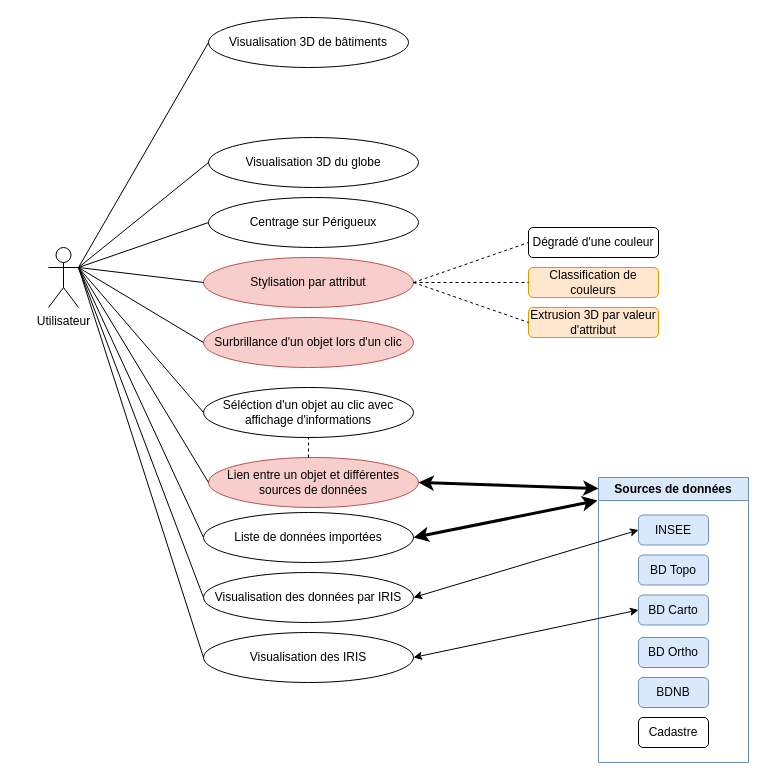
This is Use_case.drawio from EnzoVenon/Gemini_numeriques, a draw.io file, before an edit. Source tidied: cells renumbered, new cells numbered last; positions are measured from the earlier drawing's top-left corner, leaving out a move shared by most shapes. Both pictures are drawn from the tidied source at 100%, with x=0, y=0 at pixel (48, 17).
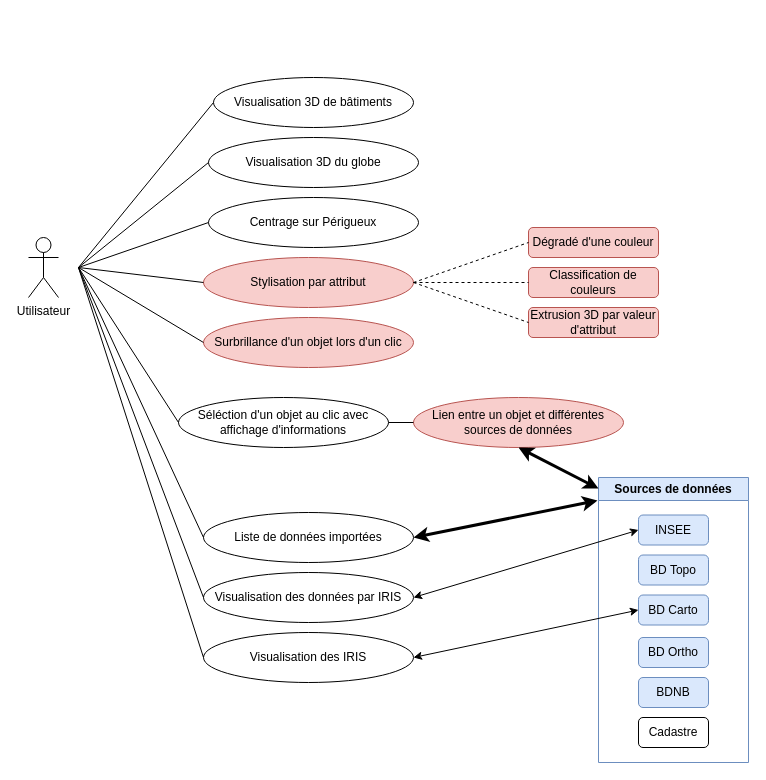
After the change.

Commit message:
mise en page

The change refers to these unchanged cells:
```xml
<mxCell id="5" value="Visualisation 3D du globe" style="ellipse;whiteSpace=wrap;html=1;" parent="1" vertex="1">
  <mxGeometry x="160" y="120" width="210" height="50" as="geometry" />
</mxCell>
<mxCell id="6" value="Centrage sur Périgueux" style="ellipse;whiteSpace=wrap;html=1;" parent="1" vertex="1">
  <mxGeometry x="160" y="180" width="210" height="50" as="geometry" />
</mxCell>
<mxCell id="7" value="Liste de données importées " style="ellipse;whiteSpace=wrap;html=1;" parent="1" vertex="1">
  <mxGeometry x="155" y="495" width="210" height="50" as="geometry" />
</mxCell>
<mxCell id="13" value="Visualisation des données par IRIS" style="ellipse;whiteSpace=wrap;html=1;" parent="1" vertex="1">
  <mxGeometry x="155" y="555" width="210" height="50" as="geometry" />
</mxCell>
<mxCell id="15" value="Visualisation des IRIS" style="ellipse;whiteSpace=wrap;html=1;" parent="1" vertex="1">
  <mxGeometry x="155" y="615" width="210" height="50" as="geometry" />
</mxCell>
<mxCell id="16" value="Stylisation par attribut " style="ellipse;whiteSpace=wrap;html=1;fillColor=#f8cecc;strokeColor=#b85450;" parent="1" vertex="1">
  <mxGeometry x="155" y="240" width="210" height="50" as="geometry" />
</mxCell>
<mxCell id="17" value="Sources de données" style="swimlane;whiteSpace=wrap;html=1;fillColor=#dae8fc;strokeColor=#6c8ebf;" parent="1" vertex="1">
  <mxGeometry x="550" y="460" width="150" height="285" as="geometry" />
</mxCell>
<mxCell id="33" value="Surbrillance d'un objet lors d'un clic" style="ellipse;whiteSpace=wrap;html=1;fillColor=#f8cecc;strokeColor=#b85450;" parent="1" vertex="1">
  <mxGeometry x="155" y="300" width="210" height="50" as="geometry" />
</mxCell>
```

Diff of the diagram source:
```diff
@@
-    <mxCell id="2" value="Utilisateur" style="shape=umlActor;verticalLabelPosition=bottom;verticalAlign=top;html=1;outlineConnect=0;" parent="1" vertex="1">
-      <mxGeometry y="230" width="30" height="60" as="geometry" />
-    </mxCell>
     <mxCell id="3" value="Visualisation 3D de bâtiments" style="ellipse;whiteSpace=wrap;html=1;" parent="1" vertex="1">
-      <mxGeometry x="160" width="200" height="50" as="geometry" />
+      <mxGeometry x="165" y="60" width="200" height="50" as="geometry" />
     </mxCell>
     <mxCell id="4" value="Séléction d'un objet au clic avec affichage d'informations" style="ellipse;whiteSpace=wrap;html=1;" parent="1" vertex="1">
-      <mxGeometry x="155" y="370" width="210" height="50" as="geometry" />
+      <mxGeometry x="130" y="380" width="210" height="50" as="geometry" />
     </mxCell>
@@
-    <mxCell id="8" style="endArrow=none;html=1;rounded=0;entryX=0;entryY=0.5;entryDx=0;entryDy=0;exitX=1;exitY=0.3333333333333333;exitDx=0;exitDy=0;exitPerimeter=0;" parent="1" edge="1" source="2" target="3">
-      <mxGeometry relative="1" as="geometry" />
+    <mxCell id="8" style="endArrow=none;html=1;rounded=0;entryX=0;entryY=0.5;entryDx=0;entryDy=0;exitX=1;exitY=0.3333333333333333;exitDx=0;exitDy=0;exitPerimeter=0;" parent="1" edge="1" target="3">
+      <mxGeometry relative="1" as="geometry">
+        <mxPoint x="30" y="250" as="sourcePoint" />
+      </mxGeometry>
     </mxCell>
-    <mxCell id="9" style="endArrow=none;html=1;rounded=0;entryX=0;entryY=0.5;entryDx=0;entryDy=0;exitX=1;exitY=0.3333333333333333;exitDx=0;exitDy=0;exitPerimeter=0;" parent="1" edge="1" source="2" target="4">
-      <mxGeometry relative="1" as="geometry" />
+    <mxCell id="9" style="endArrow=none;html=1;rounded=0;entryX=0;entryY=0.5;entryDx=0;entryDy=0;exitX=1;exitY=0.3333333333333333;exitDx=0;exitDy=0;exitPerimeter=0;" parent="1" edge="1" target="4">
+      <mxGeometry relative="1" as="geometry">
+        <mxPoint x="30" y="250" as="sourcePoint" />
+      </mxGeometry>
     </mxCell>
-    <mxCell id="10" style="endArrow=none;html=1;rounded=0;entryX=0;entryY=0.5;entryDx=0;entryDy=0;exitX=1;exitY=0.3333333333333333;exitDx=0;exitDy=0;exitPerimeter=0;" parent="1" edge="1" source="2" target="5">
-      <mxGeometry relative="1" as="geometry" />
+    <mxCell id="10" style="endArrow=none;html=1;rounded=0;entryX=0;entryY=0.5;entryDx=0;entryDy=0;exitX=1;exitY=0.3333333333333333;exitDx=0;exitDy=0;exitPerimeter=0;" parent="1" edge="1" target="5">
+      <mxGeometry relative="1" as="geometry">
+        <mxPoint x="30" y="250" as="sourcePoint" />
+      </mxGeometry>
     </mxCell>
-    <mxCell id="11" style="endArrow=none;html=1;rounded=0;entryX=0;entryY=0.5;entryDx=0;entryDy=0;exitX=1;exitY=0.3333333333333333;exitDx=0;exitDy=0;exitPerimeter=0;" parent="1" edge="1" source="2" target="6">
-      <mxGeometry relative="1" as="geometry" />
+    <mxCell id="11" style="endArrow=none;html=1;rounded=0;entryX=0;entryY=0.5;entryDx=0;entryDy=0;exitX=1;exitY=0.3333333333333333;exitDx=0;exitDy=0;exitPerimeter=0;" parent="1" edge="1" target="6">
+      <mxGeometry relative="1" as="geometry">
+        <mxPoint x="30" y="250" as="sourcePoint" />
+      </mxGeometry>
     </mxCell>
-    <mxCell id="12" style="endArrow=none;html=1;rounded=0;entryX=0;entryY=0.5;entryDx=0;entryDy=0;exitX=1;exitY=0.3333333333333333;exitDx=0;exitDy=0;exitPerimeter=0;" parent="1" edge="1" source="2" target="7">
-      <mxGeometry relative="1" as="geometry" />
+    <mxCell id="12" style="endArrow=none;html=1;rounded=0;entryX=0;entryY=0.5;entryDx=0;entryDy=0;exitX=1;exitY=0.3333333333333333;exitDx=0;exitDy=0;exitPerimeter=0;" parent="1" edge="1" target="7">
+      <mxGeometry relative="1" as="geometry">
+        <mxPoint x="30" y="250" as="sourcePoint" />
+      </mxGeometry>
     </mxCell>
@@
-    <mxCell id="14" style="endArrow=none;html=1;rounded=0;entryX=0;entryY=0.5;entryDx=0;entryDy=0;exitX=1;exitY=0.3333333333333333;exitDx=0;exitDy=0;exitPerimeter=0;" parent="1" edge="1" source="2" target="13">
-      <mxGeometry relative="1" as="geometry" />
+    <mxCell id="14" style="endArrow=none;html=1;rounded=0;entryX=0;entryY=0.5;entryDx=0;entryDy=0;exitX=1;exitY=0.3333333333333333;exitDx=0;exitDy=0;exitPerimeter=0;" parent="1" edge="1" target="13">
+      <mxGeometry relative="1" as="geometry">
+        <mxPoint x="30" y="250" as="sourcePoint" />
+      </mxGeometry>
     </mxCell>
@@
-    <mxCell id="25" value="Dégradé d'une couleur" style="rounded=1;whiteSpace=wrap;html=1;" parent="1" vertex="1">
+    <mxCell id="25" value="Dégradé d'une couleur" style="rounded=1;whiteSpace=wrap;html=1;fillColor=#f8cecc;strokeColor=#b85450;" parent="1" vertex="1">
       <mxGeometry x="480" y="210" width="130" height="30" as="geometry" />
     </mxCell>
-    <mxCell id="26" value="Classification de couleurs" style="rounded=1;whiteSpace=wrap;html=1;fillColor=#ffe6cc;strokeColor=#d79b00;" parent="1" vertex="1">
+    <mxCell id="26" value="Classification de couleurs" style="rounded=1;whiteSpace=wrap;html=1;fillColor=#f8cecc;strokeColor=#b85450;" parent="1" vertex="1">
       <mxGeometry x="480" y="250" width="130" height="30" as="geometry" />
     </mxCell>
@@
-    <mxCell id="29" value="Extrusion 3D par valeur d'attribut " style="rounded=1;whiteSpace=wrap;html=1;fillColor=#ffe6cc;strokeColor=#d79b00;" parent="1" vertex="1">
+    <mxCell id="29" value="Extrusion 3D par valeur d'attribut " style="rounded=1;whiteSpace=wrap;html=1;fillColor=#f8cecc;strokeColor=#b85450;" parent="1" vertex="1">
       <mxGeometry x="480" y="290" width="130" height="30" as="geometry" />
     </mxCell>
@@
-    <mxCell id="31" style="endArrow=none;html=1;rounded=0;entryX=0;entryY=0.5;entryDx=0;entryDy=0;exitX=1;exitY=0.3333333333333333;exitDx=0;exitDy=0;exitPerimeter=0;" parent="1" edge="1" source="2" target="16">
-      <mxGeometry relative="1" as="geometry" />
+    <mxCell id="31" style="endArrow=none;html=1;rounded=0;entryX=0;entryY=0.5;entryDx=0;entryDy=0;exitX=1;exitY=0.3333333333333333;exitDx=0;exitDy=0;exitPerimeter=0;" parent="1" edge="1" target="16">
+      <mxGeometry relative="1" as="geometry">
+        <mxPoint x="30" y="250" as="sourcePoint" />
+      </mxGeometry>
     </mxCell>
@@
-    <mxCell id="34" style="endArrow=none;html=1;rounded=0;entryX=0;entryY=0.5;entryDx=0;entryDy=0;exitX=1;exitY=0.3333333333333333;exitDx=0;exitDy=0;exitPerimeter=0;" parent="1" edge="1" source="2" target="15">
-      <mxGeometry relative="1" as="geometry" />
+    <mxCell id="34" style="endArrow=none;html=1;rounded=0;entryX=0;entryY=0.5;entryDx=0;entryDy=0;exitX=1;exitY=0.3333333333333333;exitDx=0;exitDy=0;exitPerimeter=0;" parent="1" edge="1" target="15">
+      <mxGeometry relative="1" as="geometry">
+        <mxPoint x="30" y="250" as="sourcePoint" />
+      </mxGeometry>
     </mxCell>
-    <mxCell id="35" style="endArrow=none;html=1;rounded=0;entryX=0;entryY=0.5;entryDx=0;entryDy=0;exitX=1;exitY=0.3333333333333333;exitDx=0;exitDy=0;exitPerimeter=0;" parent="1" edge="1" source="2" target="33">
-      <mxGeometry relative="1" as="geometry" />
+    <mxCell id="35" style="endArrow=none;html=1;rounded=0;entryX=0;entryY=0.5;entryDx=0;entryDy=0;exitX=1;exitY=0.3333333333333333;exitDx=0;exitDy=0;exitPerimeter=0;" parent="1" edge="1" target="33">
+      <mxGeometry relative="1" as="geometry">
+        <mxPoint x="30" y="250" as="sourcePoint" />
+      </mxGeometry>
     </mxCell>
     <mxCell id="36" value="Lien entre un objet et différentes sources de données " style="ellipse;whiteSpace=wrap;html=1;fillColor=#f8cecc;strokeColor=#b85450;" parent="1" vertex="1">
-      <mxGeometry x="160" y="440" width="210" height="50" as="geometry" />
+      <mxGeometry x="365" y="380" width="210" height="50" as="geometry" />
     </mxCell>
-    <mxCell id="37" style="endArrow=classic;startArrow=classic;html=1;rounded=0;entryX=0;entryY=0.039;entryDx=0;entryDy=0;entryPerimeter=0;exitX=1;exitY=0.5;exitDx=0;exitDy=0;strokeWidth=3;" parent="1" edge="1" source="36" target="17">
+    <mxCell id="37" style="endArrow=classic;startArrow=classic;html=1;rounded=0;entryX=0;entryY=0.039;entryDx=0;entryDy=0;entryPerimeter=0;strokeWidth=3;exitX=0.5;exitY=1;exitDx=0;exitDy=0;" parent="1" edge="1" source="36" target="17">
       <mxGeometry relative="1" as="geometry" />
     </mxCell>
@@
-    <mxCell id="39" style="endArrow=none;html=1;rounded=0;entryX=1;entryY=0.3333333333333333;entryDx=0;entryDy=0;entryPerimeter=0;exitX=0;exitY=0.5;exitDx=0;exitDy=0;" parent="1" edge="1" source="36" target="2">
-      <mxGeometry relative="1" as="geometry" />
-    </mxCell>
-    <mxCell id="40" style="endArrow=none;dashed=1;html=1;rounded=0;entryX=0.5;entryY=1;entryDx=0;entryDy=0;" parent="1" edge="1" target="4">
-      <mxGeometry relative="1" as="geometry">
-        <mxPoint x="260" y="440" as="sourcePoint" />
-      </mxGeometry>
-    </mxCell>
+    <mxCell id="2" value="Utilisateur" style="shape=umlActor;verticalLabelPosition=bottom;verticalAlign=top;html=1;outlineConnect=0;" parent="1" vertex="1">
+      <mxGeometry x="-20" y="220" width="30" height="60" as="geometry" />
+    </mxCell>
+    <mxCell id="41" style="endArrow=none;html=1;rounded=0;entryX=0;entryY=0.5;entryDx=0;entryDy=0;exitX=1;exitY=0.5;exitDx=0;exitDy=0;" parent="1" edge="1" source="4" target="36">
+      <mxGeometry relative="1" as="geometry" />
+    </mxCell>
```
